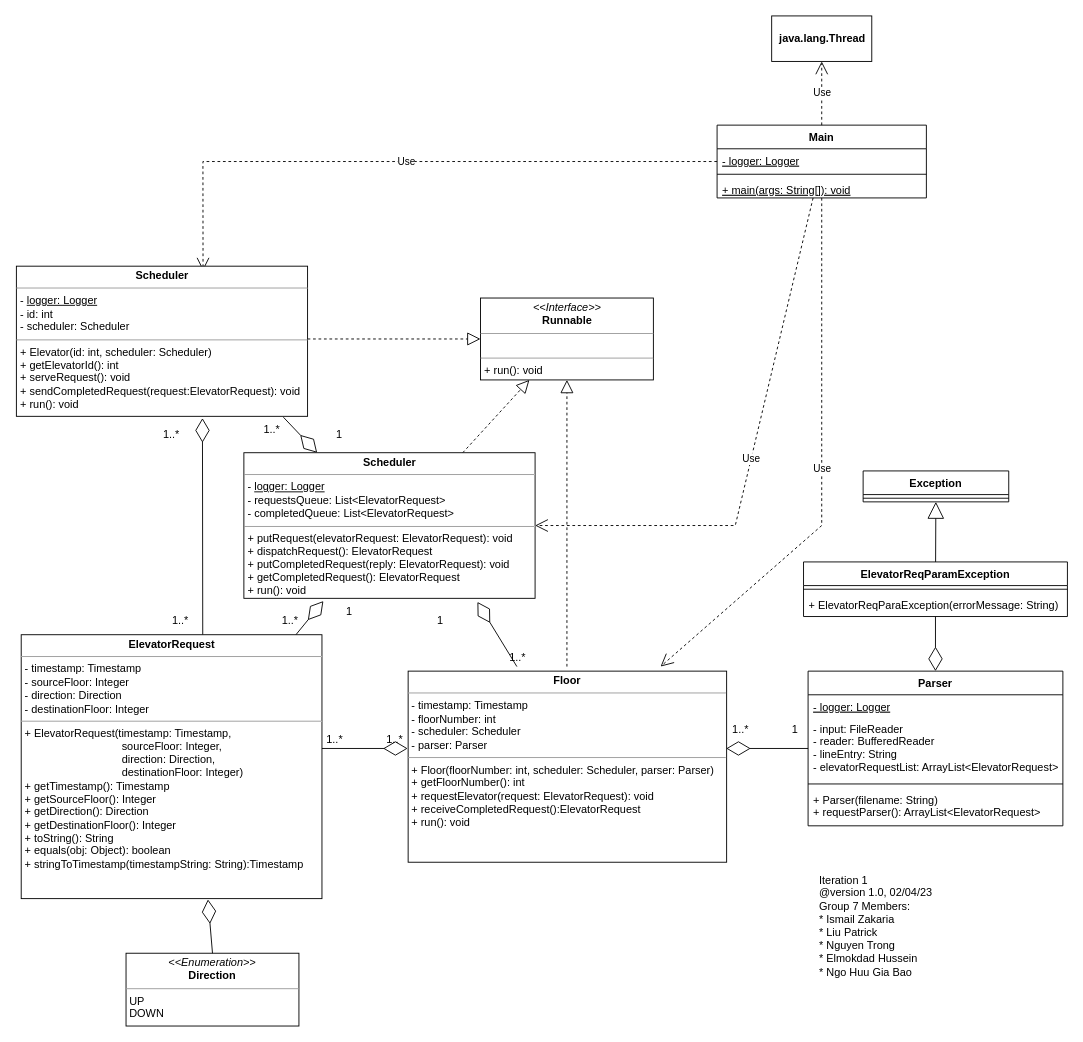
The draw.io diagram page "class" (1 of 2) of documentation/P1-UML.drawio in bobbyngo/Elevator-Control-System-And-Simulator, before the edit. Source tidied: cells renumbered, new cells numbered last; positions are measured from the earlier drawing's top-left corner, leaving out a move shared by most shapes. Both pictures are drawn from the tidied source at 91%, with x=0, y=0 at pixel (16, 15).
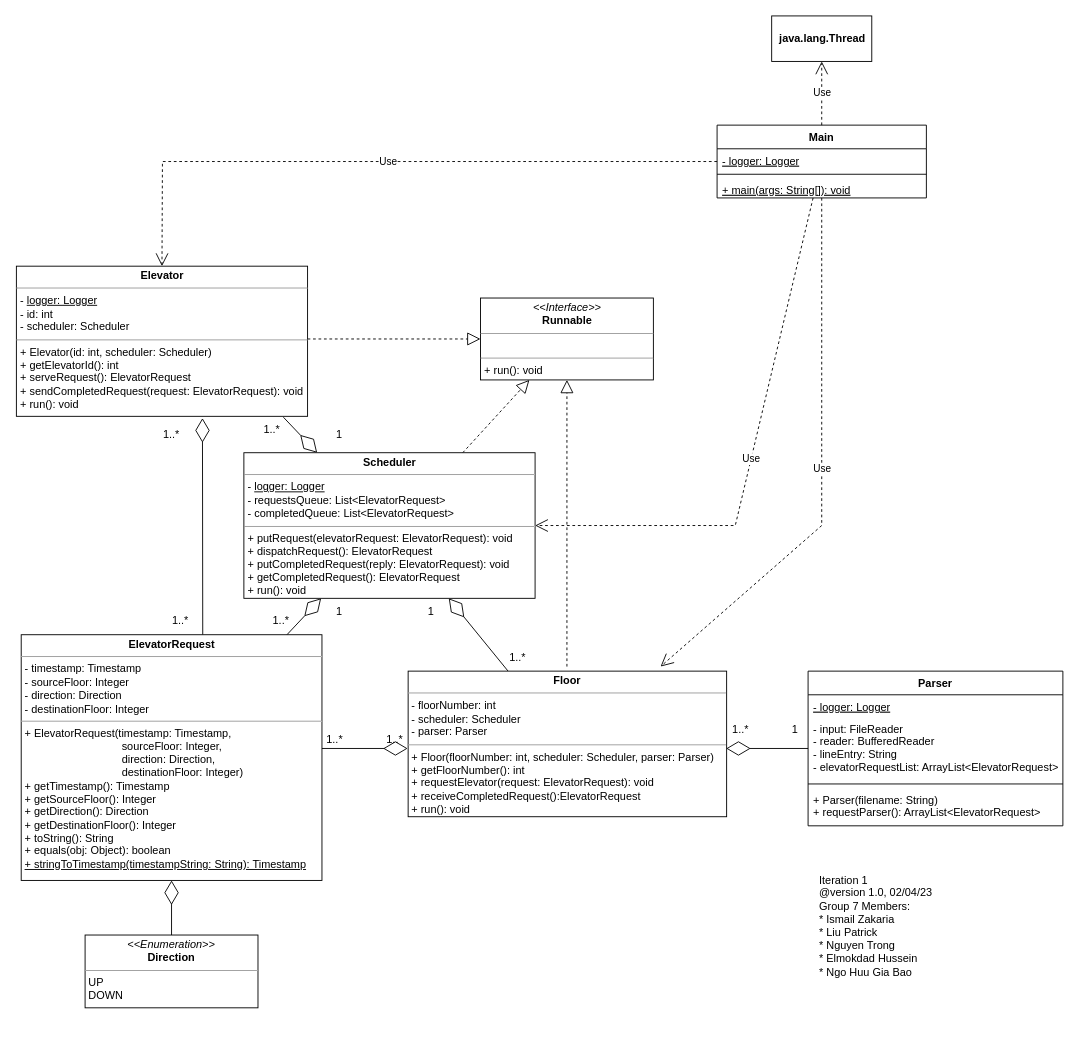
The same page after the edit.

Unchanged cells that the change refers to:
```xml
<mxCell id="4" value="Main" style="swimlane;fontStyle=1;align=center;verticalAlign=top;horizontal=1;startSize=26;" parent="1" vertex="1">
  <mxGeometry x="769.5" y="120" width="230" height="80" as="geometry" />
</mxCell>
<mxCell id="16" value="Parser" style="swimlane;fontStyle=1;align=center;verticalAlign=top;horizontal=1;startSize=26;" parent="1" vertex="1">
  <mxGeometry x="869.5" y="720" width="280" height="170" as="geometry" />
</mxCell>
<mxCell id="47" value="&lt;p style=&quot;margin:0px;margin-top:4px;text-align:center;&quot;&gt;&lt;b&gt;Scheduler&lt;/b&gt;&lt;br&gt;&lt;/p&gt;&lt;hr size=&quot;1&quot;&gt;&lt;p style=&quot;margin:0px;margin-left:4px;&quot;&gt;- &lt;u&gt;logger: Logger&lt;/u&gt;&lt;br&gt;&lt;/p&gt;&lt;p style=&quot;margin:0px;margin-left:4px;&quot;&gt;- requestsQueue: List&amp;lt;ElevatorRequest&amp;gt;&lt;br&gt;&lt;/p&gt;&lt;p style=&quot;margin:0px;margin-left:4px;&quot;&gt;- completedQueue: List&amp;lt;ElevatorRequest&amp;gt;&lt;br&gt;&lt;/p&gt;&lt;hr size=&quot;1&quot;&gt;&lt;p style=&quot;margin:0px;margin-left:4px;&quot;&gt;+ putRequest(elevatorRequest: ElevatorRequest): void&lt;/p&gt;&lt;p style=&quot;margin:0px;margin-left:4px;&quot;&gt;+ dispatchRequest(): ElevatorRequest&lt;/p&gt;&lt;p style=&quot;margin:0px;margin-left:4px;&quot;&gt;+ putCompletedRequest(reply: ElevatorRequest): void&lt;/p&gt;&lt;p style=&quot;margin:0px;margin-left:4px;&quot;&gt;+ getCompletedRequest(): ElevatorRequest&lt;br style=&quot;border-color: var(--border-color); padding: 0px; margin: 0px;&quot;&gt;+ run(): void&lt;br&gt;&lt;/p&gt;" style="verticalAlign=top;align=left;overflow=fill;fontSize=12;fontFamily=Helvetica;html=1;" parent="1" vertex="1">
  <mxGeometry x="249.5" y="480" width="320" height="160" as="geometry" />
</mxCell>
```

What changed in the source:
```diff
@@
     <mxCell id="8" value="&lt;p style=&quot;margin:0px;margin-top:4px;text-align:center;&quot;&gt;&lt;i&gt;&amp;lt;&amp;lt;Enumeration&amp;gt;&amp;gt;&lt;/i&gt;&lt;br&gt;&lt;b&gt;Direction&lt;/b&gt;&lt;/p&gt;&lt;hr size=&quot;1&quot;&gt;&lt;p style=&quot;margin:0px;margin-left:4px;&quot;&gt;UP&lt;/p&gt;&lt;p style=&quot;margin:0px;margin-left:4px;&quot;&gt;DOWN&lt;/p&gt;" style="verticalAlign=top;align=left;overflow=fill;fontSize=12;fontFamily=Helvetica;html=1;" parent="1" vertex="1">
-      <mxGeometry x="120" y="1030" width="190" height="80" as="geometry" />
+      <mxGeometry x="75" y="1010" width="190" height="80" as="geometry" />
     </mxCell>
-    <mxCell id="9" value="ElevatorReqParamException" style="swimlane;fontStyle=1;align=center;verticalAlign=top;horizontal=1;startSize=26;" parent="1" vertex="1">
-      <mxGeometry x="864.5" y="600" width="290" height="60" as="geometry" />
-    </mxCell>
-    <mxCell id="10" style="line;strokeWidth=1;fillColor=none;align=left;verticalAlign=middle;spacingTop=-1;spacingLeft=3;spacingRight=3;labelPosition=right;strokeColor=inherit;" parent="9" vertex="1">
-      <mxGeometry y="26" width="290" height="8" as="geometry" />
-    </mxCell>
-    <mxCell id="11" value="+ ElevatorReqParaException(errorMessage: String)" style="text;strokeColor=none;fillColor=none;align=left;verticalAlign=top;spacingLeft=4;spacingRight=4;overflow=hidden;" parent="9" vertex="1">
-      <mxGeometry y="34" width="290" height="26" as="geometry" />
-    </mxCell>
-    <mxCell id="12" value="Exception" style="swimlane;fontStyle=1;align=center;verticalAlign=top;horizontal=1;startSize=26;" parent="1" vertex="1">
-      <mxGeometry x="930" y="500" width="160" height="34" as="geometry" />
-    </mxCell>
-    <mxCell id="13" style="line;strokeWidth=1;fillColor=none;align=left;verticalAlign=middle;spacingTop=-1;spacingLeft=3;spacingRight=3;labelPosition=right;strokeColor=inherit;" parent="12" vertex="1">
-      <mxGeometry y="26" width="160" height="8" as="geometry" />
-    </mxCell>
-    <mxCell id="14" style="endArrow=block;endSize=16;endFill=0;html=1;rounded=0;" parent="1" edge="1" source="9" target="12">
-      <mxGeometry relative="1" as="geometry" />
-    </mxCell>
@@
-    <mxCell id="22" style="endArrow=diamondThin;endFill=0;endSize=24;html=1;rounded=0;" parent="1" edge="1" source="9" target="16">
-      <mxGeometry relative="1" as="geometry" />
-    </mxCell>
@@
-    <mxCell id="26" value="Use" style="endArrow=open;endSize=12;dashed=1;html=1;rounded=0;entryX=0.641;entryY=0.03;entryDx=0;entryDy=0;entryPerimeter=0;" parent="1" edge="1" source="4" target="48">
+    <mxCell id="26" value="Use" style="endArrow=open;endSize=12;dashed=1;html=1;rounded=0;entryX=0.5;entryY=0;entryDx=0;entryDy=0;" parent="1" edge="1" source="4" target="48">
       <mxGeometry relative="1" as="geometry">
         <Array as="points">
-          <mxPoint x="204.5" y="160" />
+          <mxPoint x="160" y="160" />
         </Array>
       </mxGeometry>
     </mxCell>
@@
-    <mxCell id="29" style="endArrow=diamondThin;endFill=0;endSize=24;html=1;rounded=0;entryX=0.273;entryY=1.019;entryDx=0;entryDy=0;entryPerimeter=0;" parent="1" edge="1" target="47">
-      <mxGeometry relative="1" as="geometry">
-        <mxPoint x="306.7" y="680" as="sourcePoint" />
-      </mxGeometry>
+    <mxCell id="29" style="endArrow=diamondThin;endFill=0;endSize=24;html=1;rounded=0;" parent="1" edge="1" source="49" target="47">
+      <mxGeometry relative="1" as="geometry" />
     </mxCell>
-    <mxCell id="30" style="endArrow=diamondThin;endFill=0;endSize=24;html=1;rounded=0;entryX=0.802;entryY=1.025;entryDx=0;entryDy=0;entryPerimeter=0;" parent="1" edge="1" target="47">
-      <mxGeometry relative="1" as="geometry">
-        <mxPoint x="549.5" y="715" as="sourcePoint" />
-      </mxGeometry>
+    <mxCell id="30" style="endArrow=diamondThin;endFill=0;endSize=24;html=1;rounded=0;" parent="1" edge="1" source="51" target="47">
+      <mxGeometry relative="1" as="geometry" />
     </mxCell>
@@
     <mxCell id="40" value="1" style="text;html=1;align=center;verticalAlign=middle;strokeColor=none;fillColor=none;" parent="1" vertex="1">
-      <mxGeometry x="350" y="640" width="30" height="30" as="geometry" />
+      <mxGeometry x="339" y="640" width="30" height="30" as="geometry" />
     </mxCell>
     <mxCell id="41" value="1" style="text;html=1;align=center;verticalAlign=middle;strokeColor=none;fillColor=none;" parent="1" vertex="1">
-      <mxGeometry x="450" y="650" width="30" height="30" as="geometry" />
+      <mxGeometry x="440" y="640" width="30" height="30" as="geometry" />
     </mxCell>
@@
     <mxCell id="45" value="1..*" style="text;html=1;align=center;verticalAlign=middle;strokeColor=none;fillColor=none;" parent="1" vertex="1">
-      <mxGeometry x="279.5" y="650" width="40" height="30" as="geometry" />
+      <mxGeometry x="270" y="650" width="40" height="30" as="geometry" />
     </mxCell>
@@
-    <mxCell id="48" value="&lt;p style=&quot;margin:0px;margin-top:4px;text-align:center;&quot;&gt;&lt;b&gt;Scheduler&lt;/b&gt;&lt;br&gt;&lt;/p&gt;&lt;hr size=&quot;1&quot;&gt;&lt;p style=&quot;margin:0px;margin-left:4px;&quot;&gt;- &lt;u&gt;logger: Logger&lt;/u&gt;&lt;br&gt;&lt;/p&gt;&lt;p style=&quot;margin:0px;margin-left:4px;&quot;&gt;- id: int&lt;br style=&quot;border-color: var(--border-color); padding: 0px; margin: 0px;&quot;&gt;- scheduler: Scheduler&lt;br&gt;&lt;/p&gt;&lt;hr size=&quot;1&quot;&gt;&lt;p style=&quot;margin:0px;margin-left:4px;&quot;&gt;+ Elevator(id: int, scheduler: Scheduler)&lt;br style=&quot;border-color: var(--border-color); padding: 0px; margin: 0px;&quot;&gt;+ getElevatorId(): int&lt;br style=&quot;border-color: var(--border-color); padding: 0px; margin: 0px;&quot;&gt;+ serveRequest(): void&lt;/p&gt;&lt;p style=&quot;margin:0px;margin-left:4px;&quot;&gt;+ sendCompletedRequest(request:ElevatorRequest): void&lt;br style=&quot;border-color: var(--border-color); padding: 0px; margin: 0px;&quot;&gt;+ run(): void&lt;br&gt;&lt;/p&gt;" style="verticalAlign=top;align=left;overflow=fill;fontSize=12;fontFamily=Helvetica;html=1;" parent="1" vertex="1">
+    <mxCell id="48" value="&lt;p style=&quot;margin:0px;margin-top:4px;text-align:center;&quot;&gt;&lt;b&gt;Elevator&lt;/b&gt;&lt;br&gt;&lt;/p&gt;&lt;hr size=&quot;1&quot;&gt;&lt;p style=&quot;margin:0px;margin-left:4px;&quot;&gt;- &lt;u&gt;logger: Logger&lt;/u&gt;&lt;br&gt;&lt;/p&gt;&lt;p style=&quot;margin:0px;margin-left:4px;&quot;&gt;- id: int&lt;br style=&quot;border-color: var(--border-color); padding: 0px; margin: 0px;&quot;&gt;- scheduler: Scheduler&lt;br&gt;&lt;/p&gt;&lt;hr size=&quot;1&quot;&gt;&lt;p style=&quot;margin:0px;margin-left:4px;&quot;&gt;+ Elevator(id: int, scheduler: Scheduler)&lt;br style=&quot;border-color: var(--border-color); padding: 0px; margin: 0px;&quot;&gt;+ getElevatorId(): int&lt;br style=&quot;border-color: var(--border-color); padding: 0px; margin: 0px;&quot;&gt;+ serveRequest(): ElevatorRequest&lt;/p&gt;&lt;p style=&quot;margin:0px;margin-left:4px;&quot;&gt;+ sendCompletedRequest(request: ElevatorRequest): void&lt;br style=&quot;border-color: var(--border-color); padding: 0px; margin: 0px;&quot;&gt;+ run(): void&lt;br&gt;&lt;/p&gt;" style="verticalAlign=top;align=left;overflow=fill;fontSize=12;fontFamily=Helvetica;html=1;" parent="1" vertex="1">
       <mxGeometry x="-0.5" y="275" width="320" height="165" as="geometry" />
     </mxCell>
-    <mxCell id="49" value="&lt;p style=&quot;margin:0px;margin-top:4px;text-align:center;&quot;&gt;&lt;b&gt;ElevatorRequest&lt;/b&gt;&lt;br&gt;&lt;/p&gt;&lt;hr size=&quot;1&quot;&gt;&lt;p style=&quot;margin:0px;margin-left:4px;&quot;&gt;- timestamp: Timestamp&lt;br style=&quot;border-color: var(--border-color); padding: 0px; margin: 0px;&quot;&gt;- sourceFloor: Integer&lt;br style=&quot;border-color: var(--border-color); padding: 0px; margin: 0px;&quot;&gt;- direction: Direction&lt;br style=&quot;border-color: var(--border-color); padding: 0px; margin: 0px;&quot;&gt;- destinationFloor: Integer&lt;br&gt;&lt;/p&gt;&lt;hr size=&quot;1&quot;&gt;&lt;p style=&quot;margin:0px;margin-left:4px;&quot;&gt;+ ElevatorRequest(timestamp: Timestamp,&lt;br style=&quot;border-color: var(--border-color); padding: 0px; margin: 0px;&quot;&gt;&amp;nbsp;&amp;nbsp;&amp;nbsp;&amp;nbsp;&amp;nbsp;&amp;nbsp;&amp;nbsp;&amp;nbsp;&amp;nbsp;&amp;nbsp;&amp;nbsp;&amp;nbsp;&amp;nbsp;&amp;nbsp;&amp;nbsp;&amp;nbsp;&amp;nbsp;&amp;nbsp;&amp;nbsp;&amp;nbsp;&amp;nbsp;&amp;nbsp;&amp;nbsp;&amp;nbsp;&amp;nbsp;&amp;nbsp;&amp;nbsp;&amp;nbsp;&amp;nbsp;&amp;nbsp;&amp;nbsp;&amp;nbsp;sourceFloor: Integer,&lt;br style=&quot;border-color: var(--border-color); padding: 0px; margin: 0px;&quot;&gt;&amp;nbsp;&amp;nbsp;&amp;nbsp;&amp;nbsp;&amp;nbsp;&amp;nbsp;&amp;nbsp;&amp;nbsp;&amp;nbsp;&amp;nbsp;&amp;nbsp;&amp;nbsp;&amp;nbsp;&amp;nbsp;&amp;nbsp;&amp;nbsp;&amp;nbsp;&amp;nbsp;&amp;nbsp;&amp;nbsp;&amp;nbsp;&amp;nbsp;&amp;nbsp;&amp;nbsp;&amp;nbsp;&amp;nbsp;&amp;nbsp;&amp;nbsp;&amp;nbsp;&amp;nbsp;&amp;nbsp;&amp;nbsp;direction: Direction,&lt;br style=&quot;border-color: var(--border-color); padding: 0px; margin: 0px;&quot;&gt;&amp;nbsp;&amp;nbsp;&amp;nbsp;&amp;nbsp;&amp;nbsp;&amp;nbsp;&amp;nbsp;&amp;nbsp;&amp;nbsp;&amp;nbsp;&amp;nbsp;&amp;nbsp;&amp;nbsp;&amp;nbsp;&amp;nbsp;&amp;nbsp;&amp;nbsp;&amp;nbsp;&amp;nbsp;&amp;nbsp;&amp;nbsp;&amp;nbsp;&amp;nbsp;&amp;nbsp;&amp;nbsp;&amp;nbsp;&amp;nbsp;&amp;nbsp;&amp;nbsp;&amp;nbsp;&amp;nbsp;&amp;nbsp;destinationFloor: Integer)&lt;br style=&quot;border-color: var(--border-color); padding: 0px; margin: 0px;&quot;&gt;+ getTimestamp(): Timestamp&lt;br style=&quot;border-color: var(--border-color); padding: 0px; margin: 0px;&quot;&gt;+ getSourceFloor(): Integer&lt;br style=&quot;border-color: var(--border-color); padding: 0px; margin: 0px;&quot;&gt;+ getDirection(): Direction&lt;br style=&quot;border-color: var(--border-color); padding: 0px; margin: 0px;&quot;&gt;+ getDestinationFloor(): Integer&lt;br style=&quot;border-color: var(--border-color); padding: 0px; margin: 0px;&quot;&gt;+ toString(): String&lt;br style=&quot;border-color: var(--border-color); padding: 0px; margin: 0px;&quot;&gt;+ equals(obj: Object): boolean&lt;/p&gt;&lt;p style=&quot;margin:0px;margin-left:4px;&quot;&gt;+ stringToTimestamp(timestampString: String):Timestamp&lt;/p&gt;&lt;div style=&quot;border-color: var(--border-color); padding: 0px; margin: 0px;&quot;&gt;&lt;br style=&quot;border-color: var(--border-color); padding: 0px; margin: 0px;&quot;&gt;&lt;/div&gt;" style="verticalAlign=top;align=left;overflow=fill;fontSize=12;fontFamily=Helvetica;html=1;" parent="1" vertex="1">
-      <mxGeometry x="4.8" y="680" width="330.5" height="290" as="geometry" />
+    <mxCell id="49" value="&lt;p style=&quot;margin:0px;margin-top:4px;text-align:center;&quot;&gt;&lt;b&gt;ElevatorRequest&lt;/b&gt;&lt;br&gt;&lt;/p&gt;&lt;hr size=&quot;1&quot;&gt;&lt;p style=&quot;margin:0px;margin-left:4px;&quot;&gt;- timestamp: Timestamp&lt;br style=&quot;border-color: var(--border-color); padding: 0px; margin: 0px;&quot;&gt;- sourceFloor: Integer&lt;br style=&quot;border-color: var(--border-color); padding: 0px; margin: 0px;&quot;&gt;- direction: Direction&lt;br style=&quot;border-color: var(--border-color); padding: 0px; margin: 0px;&quot;&gt;- destinationFloor: Integer&lt;br&gt;&lt;/p&gt;&lt;hr size=&quot;1&quot;&gt;&lt;p style=&quot;margin:0px;margin-left:4px;&quot;&gt;+ ElevatorRequest(timestamp: Timestamp,&lt;br style=&quot;border-color: var(--border-color); padding: 0px; margin: 0px;&quot;&gt;&amp;nbsp;&amp;nbsp;&amp;nbsp;&amp;nbsp;&amp;nbsp;&amp;nbsp;&amp;nbsp;&amp;nbsp;&amp;nbsp;&amp;nbsp;&amp;nbsp;&amp;nbsp;&amp;nbsp;&amp;nbsp;&amp;nbsp;&amp;nbsp;&amp;nbsp;&amp;nbsp;&amp;nbsp;&amp;nbsp;&amp;nbsp;&amp;nbsp;&amp;nbsp;&amp;nbsp;&amp;nbsp;&amp;nbsp;&amp;nbsp;&amp;nbsp;&amp;nbsp;&amp;nbsp;&amp;nbsp;&amp;nbsp;sourceFloor: Integer,&lt;br style=&quot;border-color: var(--border-color); padding: 0px; margin: 0px;&quot;&gt;&amp;nbsp;&amp;nbsp;&amp;nbsp;&amp;nbsp;&amp;nbsp;&amp;nbsp;&amp;nbsp;&amp;nbsp;&amp;nbsp;&amp;nbsp;&amp;nbsp;&amp;nbsp;&amp;nbsp;&amp;nbsp;&amp;nbsp;&amp;nbsp;&amp;nbsp;&amp;nbsp;&amp;nbsp;&amp;nbsp;&amp;nbsp;&amp;nbsp;&amp;nbsp;&amp;nbsp;&amp;nbsp;&amp;nbsp;&amp;nbsp;&amp;nbsp;&amp;nbsp;&amp;nbsp;&amp;nbsp;&amp;nbsp;direction: Direction,&lt;br style=&quot;border-color: var(--border-color); padding: 0px; margin: 0px;&quot;&gt;&amp;nbsp;&amp;nbsp;&amp;nbsp;&amp;nbsp;&amp;nbsp;&amp;nbsp;&amp;nbsp;&amp;nbsp;&amp;nbsp;&amp;nbsp;&amp;nbsp;&amp;nbsp;&amp;nbsp;&amp;nbsp;&amp;nbsp;&amp;nbsp;&amp;nbsp;&amp;nbsp;&amp;nbsp;&amp;nbsp;&amp;nbsp;&amp;nbsp;&amp;nbsp;&amp;nbsp;&amp;nbsp;&amp;nbsp;&amp;nbsp;&amp;nbsp;&amp;nbsp;&amp;nbsp;&amp;nbsp;&amp;nbsp;destinationFloor: Integer)&lt;br style=&quot;border-color: var(--border-color); padding: 0px; margin: 0px;&quot;&gt;+ getTimestamp(): Timestamp&lt;br style=&quot;border-color: var(--border-color); padding: 0px; margin: 0px;&quot;&gt;+ getSourceFloor(): Integer&lt;br style=&quot;border-color: var(--border-color); padding: 0px; margin: 0px;&quot;&gt;+ getDirection(): Direction&lt;br style=&quot;border-color: var(--border-color); padding: 0px; margin: 0px;&quot;&gt;+ getDestinationFloor(): Integer&lt;br style=&quot;border-color: var(--border-color); padding: 0px; margin: 0px;&quot;&gt;+ toString(): String&lt;br style=&quot;border-color: var(--border-color); padding: 0px; margin: 0px;&quot;&gt;+ equals(obj: Object): boolean&lt;/p&gt;&lt;p style=&quot;margin:0px;margin-left:4px;&quot;&gt;&lt;u&gt;+ stringToTimestamp(timestampString: String): Timestamp&lt;/u&gt;&lt;/p&gt;&lt;div style=&quot;border-color: var(--border-color); padding: 0px; margin: 0px;&quot;&gt;&lt;br style=&quot;border-color: var(--border-color); padding: 0px; margin: 0px;&quot;&gt;&lt;/div&gt;" style="verticalAlign=top;align=left;overflow=fill;fontSize=12;fontFamily=Helvetica;html=1;" parent="1" vertex="1">
+      <mxGeometry x="4.8" y="680" width="330.5" height="270" as="geometry" />
     </mxCell>
-    <mxCell id="50" style="endArrow=diamondThin;endFill=0;endSize=24;html=1;rounded=0;entryX=0.621;entryY=1.003;entryDx=0;entryDy=0;entryPerimeter=0;exitX=0.5;exitY=0;exitDx=0;exitDy=0;" parent="1" edge="1" source="8" target="49">
+    <mxCell id="50" style="endArrow=diamondThin;endFill=0;endSize=24;html=1;rounded=0;exitX=0.5;exitY=0;exitDx=0;exitDy=0;" parent="1" edge="1" source="8" target="49">
       <mxGeometry relative="1" as="geometry" />
     </mxCell>
-    <mxCell id="51" value="&lt;p style=&quot;margin:0px;margin-top:4px;text-align:center;&quot;&gt;&lt;b&gt;Floor&lt;/b&gt;&lt;br&gt;&lt;/p&gt;&lt;hr size=&quot;1&quot;&gt;&lt;p style=&quot;margin:0px;margin-left:4px;&quot;&gt;- timestamp: Timestamp&lt;br style=&quot;border-color: var(--border-color); padding: 0px; margin: 0px;&quot;&gt;- floorNumber: int&lt;br style=&quot;border-color: var(--border-color); padding: 0px; margin: 0px;&quot;&gt;- scheduler: Scheduler&lt;br style=&quot;border-color: var(--border-color); padding: 0px; margin: 0px;&quot;&gt;- parser: Parser&lt;br&gt;&lt;/p&gt;&lt;hr size=&quot;1&quot;&gt;&lt;p style=&quot;margin:0px;margin-left:4px;&quot;&gt;+ Floor(floorNumber: int, scheduler: Scheduler, parser: Parser)&lt;br style=&quot;border-color: var(--border-color); padding: 0px; margin: 0px;&quot;&gt;+ getFloorNumber(): int&lt;br style=&quot;border-color: var(--border-color); padding: 0px; margin: 0px;&quot;&gt;+ requestElevator(request: ElevatorRequest): void&lt;/p&gt;&lt;p style=&quot;margin:0px;margin-left:4px;&quot;&gt;+ receiveCompletedRequest():ElevatorRequest&lt;br style=&quot;border-color: var(--border-color); padding: 0px; margin: 0px;&quot;&gt;+ run(): void&lt;br&gt;&lt;/p&gt;&lt;div style=&quot;border-color: var(--border-color); padding: 0px; margin: 0px;&quot;&gt;&lt;br style=&quot;border-color: var(--border-color); padding: 0px; margin: 0px;&quot;&gt;&lt;/div&gt;" style="verticalAlign=top;align=left;overflow=fill;fontSize=12;fontFamily=Helvetica;html=1;" parent="1" vertex="1">
-      <mxGeometry x="430" y="720" width="350" height="210" as="geometry" />
+    <mxCell id="51" value="&lt;p style=&quot;margin:0px;margin-top:4px;text-align:center;&quot;&gt;&lt;b&gt;Floor&lt;/b&gt;&lt;br&gt;&lt;/p&gt;&lt;hr size=&quot;1&quot;&gt;&lt;p style=&quot;margin:0px;margin-left:4px;&quot;&gt;- floorNumber: int&lt;br style=&quot;border-color: var(--border-color); padding: 0px; margin: 0px;&quot;&gt;- scheduler: Scheduler&lt;br style=&quot;border-color: var(--border-color); padding: 0px; margin: 0px;&quot;&gt;- parser: Parser&lt;br&gt;&lt;/p&gt;&lt;hr size=&quot;1&quot;&gt;&lt;p style=&quot;margin:0px;margin-left:4px;&quot;&gt;+ Floor(floorNumber: int, scheduler: Scheduler, parser: Parser)&lt;br style=&quot;border-color: var(--border-color); padding: 0px; margin: 0px;&quot;&gt;+ getFloorNumber(): int&lt;br style=&quot;border-color: var(--border-color); padding: 0px; margin: 0px;&quot;&gt;+ requestElevator(request: ElevatorRequest): void&lt;/p&gt;&lt;p style=&quot;margin:0px;margin-left:4px;&quot;&gt;+ receiveCompletedRequest():ElevatorRequest&lt;br style=&quot;border-color: var(--border-color); padding: 0px; margin: 0px;&quot;&gt;+ run(): void&lt;br&gt;&lt;/p&gt;&lt;div style=&quot;border-color: var(--border-color); padding: 0px; margin: 0px;&quot;&gt;&lt;br style=&quot;border-color: var(--border-color); padding: 0px; margin: 0px;&quot;&gt;&lt;/div&gt;" style="verticalAlign=top;align=left;overflow=fill;fontSize=12;fontFamily=Helvetica;html=1;" parent="1" vertex="1">
+      <mxGeometry x="430" y="720" width="350" height="160" as="geometry" />
     </mxCell>
```
